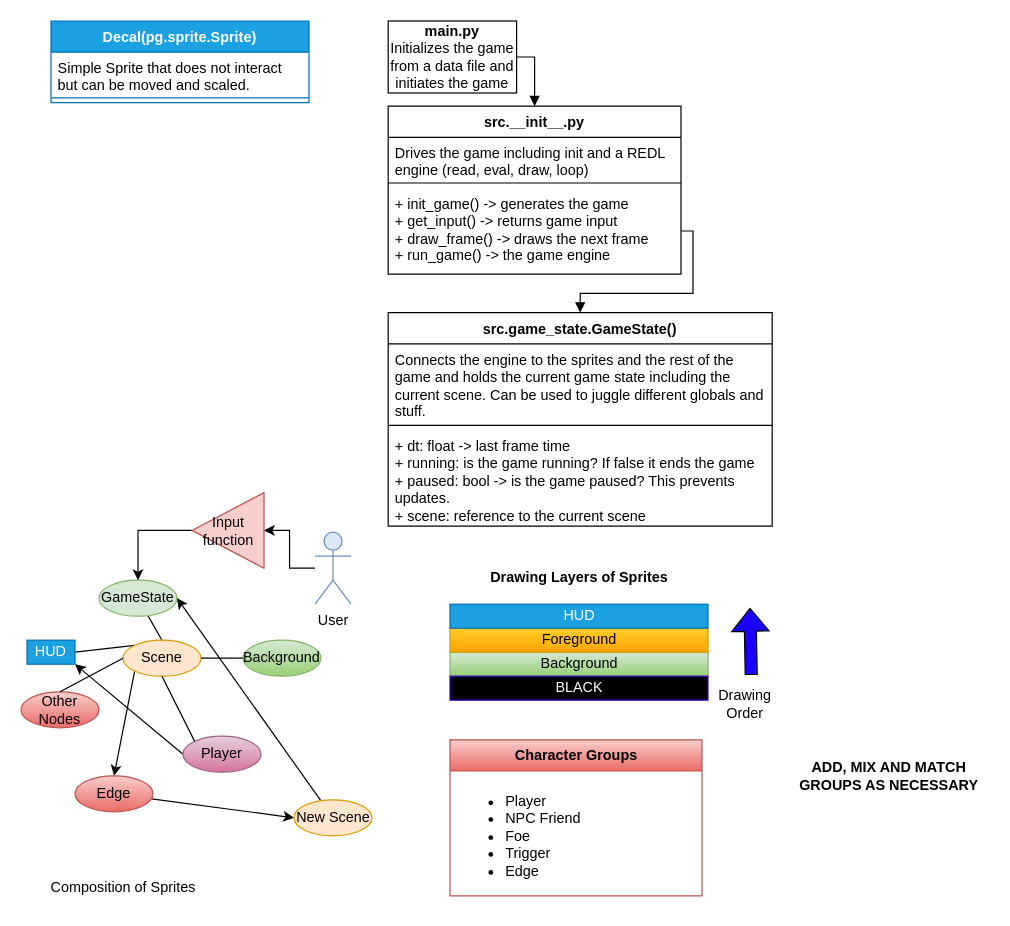
flythereddflagg/RCA keeps this draw.io diagram as docs/state_map.drawio. Above is the earlier version. Source tidied: cells renumbered, new cells numbered last; positions are measured from the earlier drawing's top-left corner, leaving out a move shared by most shapes. Both pictures are drawn from the tidied source at 120%, with x=0, y=0 at pixel (20, 20).
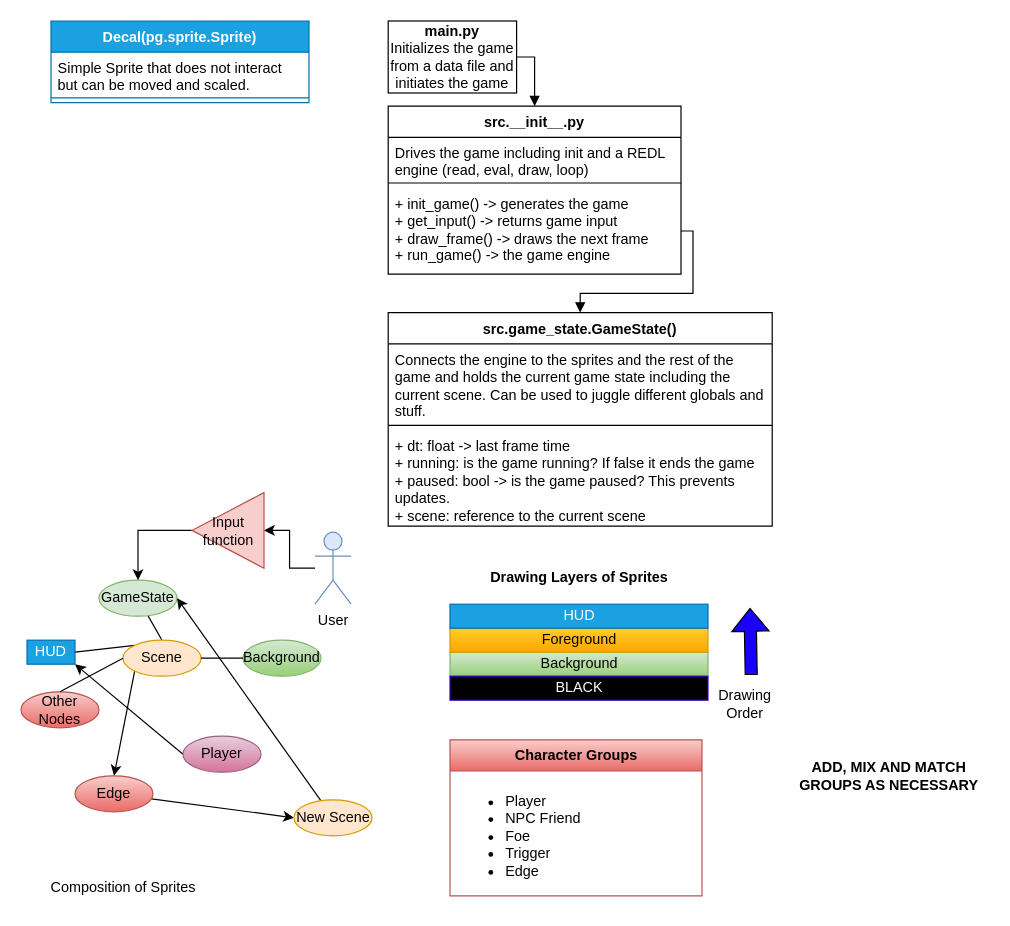
The same page after the edit.

Unchanged cells that the change refers to:
```xml
<mxCell id="19" value="Player" style="ellipse;whiteSpace=wrap;html=1;fillColor=#e6d0de;gradientColor=#d5739d;strokeColor=#996185;" parent="1" vertex="1">
  <mxGeometry x="135" y="596" width="65" height="30" as="geometry" />
</mxCell>
<mxCell id="22" value="Scene" style="ellipse;whiteSpace=wrap;html=1;fillColor=#ffe6cc;strokeColor=#d79b00;" parent="1" vertex="1">
  <mxGeometry x="85" y="516" width="65" height="30" as="geometry" />
</mxCell>
```

What changed in the source:
```diff
@@
-    <mxCell id="32" style="rounded=0;jettySize=auto;html=1;entryX=0;entryY=0;entryDx=0;entryDy=0;endArrow=none;endFill=0;exitX=0.5;exitY=1;exitDx=0;exitDy=0;" parent="1" edge="1" source="22" target="19">
-      <mxGeometry relative="1" as="geometry" />
-    </mxCell>
```
